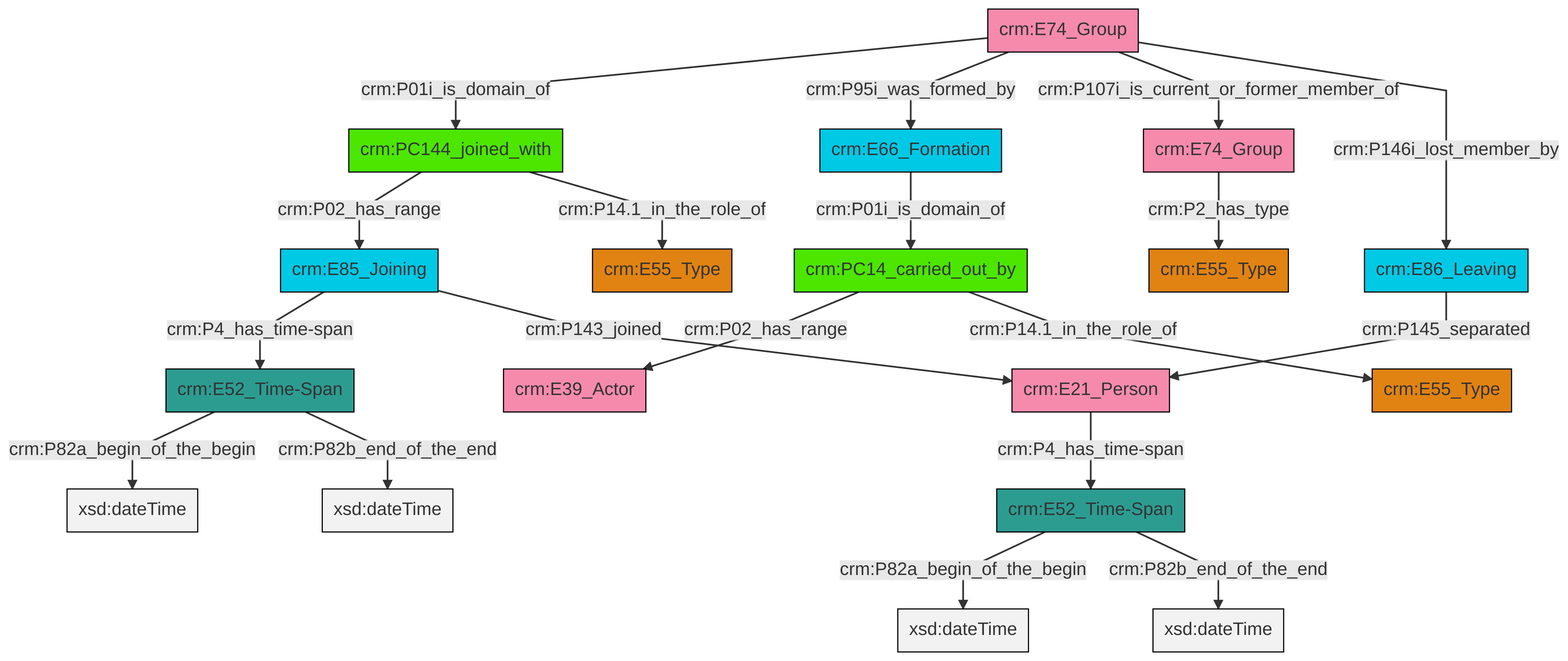
Earlier version of the Mermaid export et/groupCSV/ttl/mmd/png/group_actor_relations.png (swiss-art-research-net/reference-data-models). Its source is kept beside it as et/groupCSV/ttl/mmd/group_actor_relations.ttl.mmd.
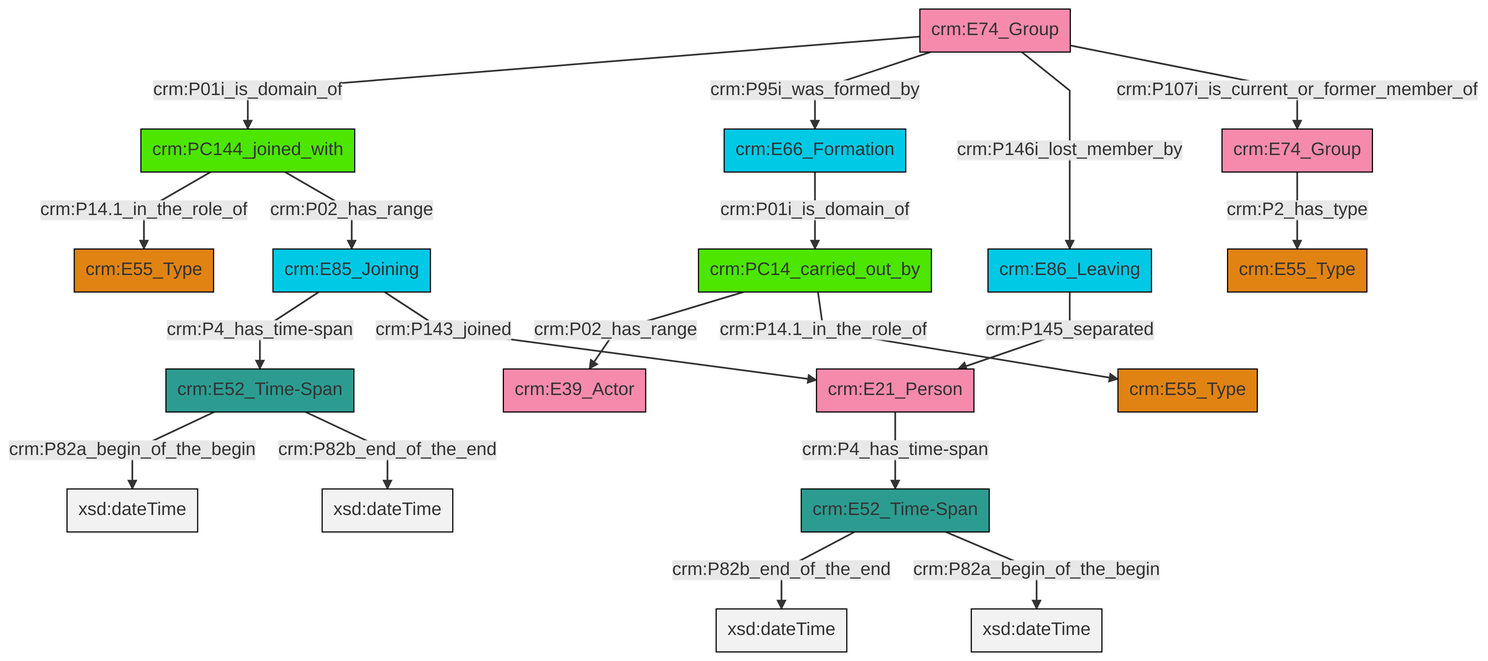
Above is the later version.

What changed in the source:
```diff
@@ -13,21 +13,21 @@
 classDef PC_Classes fill:#4ce600, stroke:#000000;
 classDef Multi fill:#cccccc,stroke:#000000;
 
-0["crm:PC14_carried_out_by"]:::PC_Classes -->|crm:P02_has_range| 1["crm:E39_Actor"]:::Actor
-2["crm:E85_Joining"]:::Temporal_Entity -->|crm:P4_has_time-span| 3["crm:E52_Time-Span"]:::Time-Span
-0["crm:PC14_carried_out_by"]:::PC_Classes -->|crm:P14.1_in_the_role_of| 4["crm:E55_Type"]:::Type
-7["crm:E74_Group"]:::Actor -->|crm:P01i_is_domain_of| 8["crm:PC144_joined_with"]:::PC_Classes
-7["crm:E74_Group"]:::Actor -->|crm:P95i_was_formed_by| 9["crm:E66_Formation"]:::Temporal_Entity
-7["crm:E74_Group"]:::Actor -->|crm:P107i_is_current_or_former_member_of| 15["crm:E74_Group"]:::Actor
-3["crm:E52_Time-Span"]:::Time-Span -->|crm:P82a_begin_of_the_begin| 16[xsd:dateTime]:::Literal
-2["crm:E85_Joining"]:::Temporal_Entity -->|crm:P143_joined| 10["crm:E21_Person"]:::Actor
-18["crm:E86_Leaving"]:::Temporal_Entity -->|crm:P145_separated| 10["crm:E21_Person"]:::Actor
-8["crm:PC144_joined_with"]:::PC_Classes -->|crm:P02_has_range| 2["crm:E85_Joining"]:::Temporal_Entity
-12["crm:E52_Time-Span"]:::Time-Span -->|crm:P82a_begin_of_the_begin| 20[xsd:dateTime]:::Literal
-8["crm:PC144_joined_with"]:::PC_Classes -->|crm:P14.1_in_the_role_of| 5["crm:E55_Type"]:::Type
-15["crm:E74_Group"]:::Actor -->|crm:P2_has_type| 23["crm:E55_Type"]:::Type
-3["crm:E52_Time-Span"]:::Time-Span -->|crm:P82b_end_of_the_end| 30[xsd:dateTime]:::Literal
-9["crm:E66_Formation"]:::Temporal_Entity -->|crm:P01i_is_domain_of| 0["crm:PC14_carried_out_by"]:::PC_Classes
-10["crm:E21_Person"]:::Actor -->|crm:P4_has_time-span| 12["crm:E52_Time-Span"]:::Time-Span
-12["crm:E52_Time-Span"]:::Time-Span -->|crm:P82b_end_of_the_end| 34[xsd:dateTime]:::Literal
-7["crm:E74_Group"]:::Actor -->|crm:P146i_lost_member_by| 18["crm:E86_Leaving"]:::Temporal_Entity
+6["crm:E52_Time-Span"]:::Time-Span -->|crm:P82a_begin_of_the_begin| 7[xsd:dateTime]:::Literal
+8["crm:E66_Formation"]:::Temporal_Entity -->|crm:P01i_is_domain_of| 10["crm:PC14_carried_out_by"]:::PC_Classes
+6["crm:E52_Time-Span"]:::Time-Span -->|crm:P82b_end_of_the_end| 12[xsd:dateTime]:::Literal
+17["crm:E52_Time-Span"]:::Time-Span -->|crm:P82b_end_of_the_end| 18[xsd:dateTime]:::Literal
+13["crm:E74_Group"]:::Actor -->|crm:P2_has_type| 21["crm:E55_Type"]:::Type
+23["crm:PC144_joined_with"]:::PC_Classes -->|crm:P14.1_in_the_role_of| 4["crm:E55_Type"]:::Type
+10["crm:PC14_carried_out_by"]:::PC_Classes -->|crm:P02_has_range| 24["crm:E39_Actor"]:::Actor
+15["crm:E21_Person"]:::Actor -->|crm:P4_has_time-span| 17["crm:E52_Time-Span"]:::Time-Span
+19["crm:E86_Leaving"]:::Temporal_Entity -->|crm:P145_separated| 15["crm:E21_Person"]:::Actor
+27["crm:E74_Group"]:::Actor -->|crm:P01i_is_domain_of| 23["crm:PC144_joined_with"]:::PC_Classes
+23["crm:PC144_joined_with"]:::PC_Classes -->|crm:P02_has_range| 2["crm:E85_Joining"]:::Temporal_Entity
+10["crm:PC14_carried_out_by"]:::PC_Classes -->|crm:P14.1_in_the_role_of| 0["crm:E55_Type"]:::Type
+2["crm:E85_Joining"]:::Temporal_Entity -->|crm:P4_has_time-span| 6["crm:E52_Time-Span"]:::Time-Span
+17["crm:E52_Time-Span"]:::Time-Span -->|crm:P82a_begin_of_the_begin| 30[xsd:dateTime]:::Literal
+2["crm:E85_Joining"]:::Temporal_Entity -->|crm:P143_joined| 15["crm:E21_Person"]:::Actor
+27["crm:E74_Group"]:::Actor -->|crm:P95i_was_formed_by| 8["crm:E66_Formation"]:::Temporal_Entity
+27["crm:E74_Group"]:::Actor -->|crm:P146i_lost_member_by| 19["crm:E86_Leaving"]:::Temporal_Entity
+27["crm:E74_Group"]:::Actor -->|crm:P107i_is_current_or_former_member_of| 13["crm:E74_Group"]:::Actor
```
